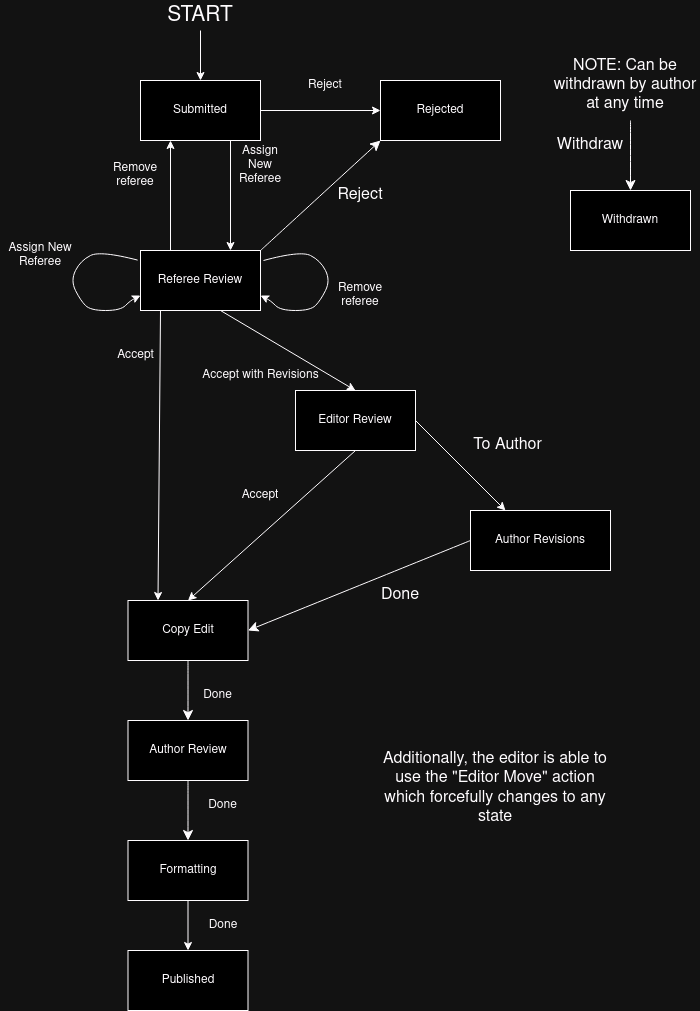
Above: docs/Manuscript_FSM.png in AthenaKouKou/journal (draw.io), before the change. Source tidied: cells renumbered, new cells last; positions are measured from the earlier drawing's top-left corner, leaving out a move shared by most shapes.
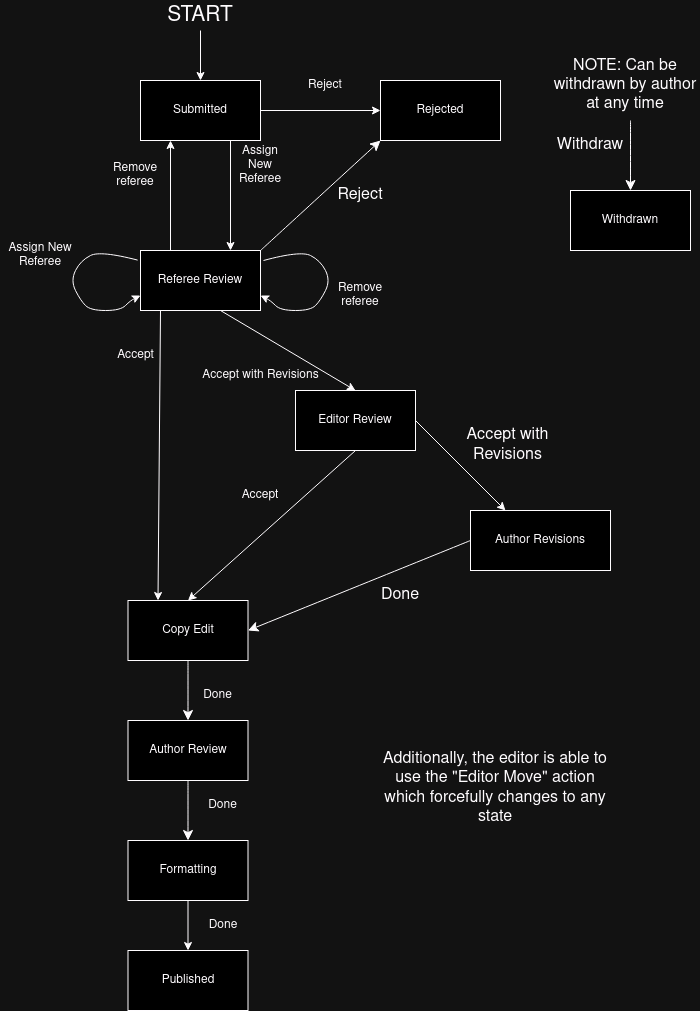
Above is the later version.

The edit, as a diff of the source:
```diff
@@ -150,7 +150,7 @@
     <mxCell id="38" value="Withdraw" style="text;html=1;align=center;verticalAlign=middle;whiteSpace=wrap;rounded=0;fontSize=16;" parent="1" vertex="1">
       <mxGeometry x="560" y="130" width="60" height="30" as="geometry" />
     </mxCell>
-    <mxCell id="39" value="To Author" style="text;html=1;align=center;verticalAlign=middle;whiteSpace=wrap;rounded=0;fontSize=16;" parent="1" vertex="1">
+    <mxCell id="39" value="Accept with Revisions" style="text;html=1;align=center;verticalAlign=middle;whiteSpace=wrap;rounded=0;fontSize=16;" parent="1" vertex="1">
       <mxGeometry x="455" y="430" width="105" height="30" as="geometry" />
     </mxCell>
     <mxCell id="40" style="endArrow=classic;html=1;rounded=0;fontSize=12;startSize=8;endSize=8;curved=1;exitX=0;exitY=0.5;exitDx=0;exitDy=0;entryX=1;entryY=0.5;entryDx=0;entryDy=0;" parent="1" edge="1" source="8" target="22">
```
